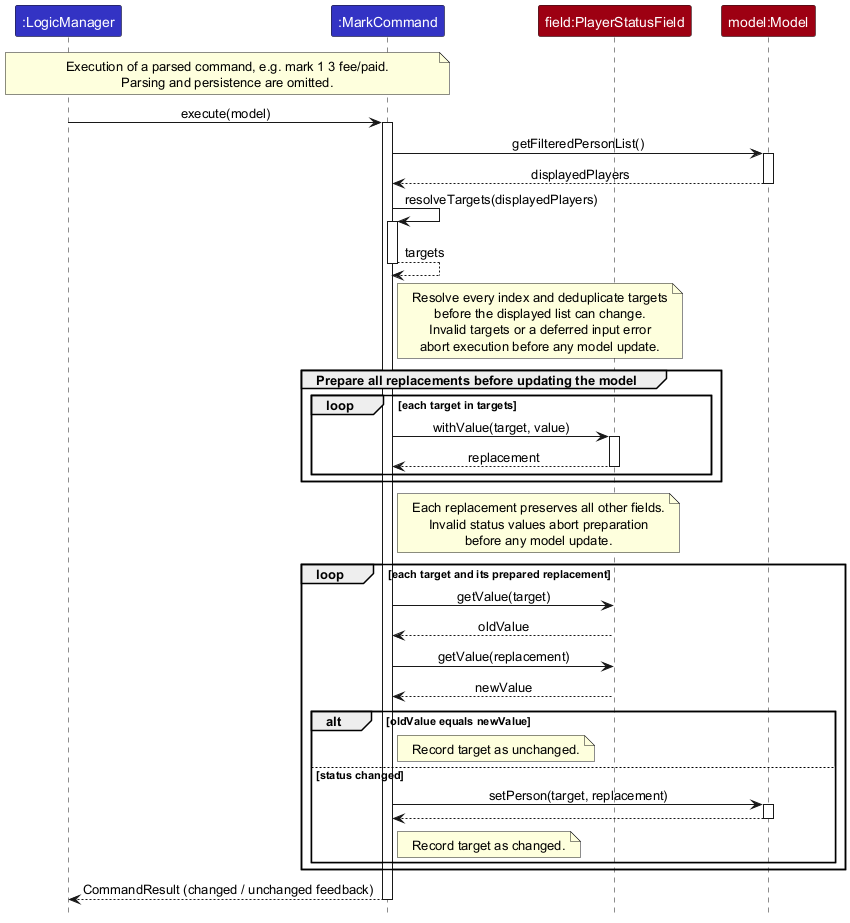
This is docs/images/MarkSequenceDiagram.png from AY2627S1-CS2103T-F11-3/tp, a PlantUML export, as it was before one commit. Source of this version:
```plantuml
@startuml
!include style.puml
skinparam ArrowFontStyle plain

participant ":LogicManager" as LogicManager LOGIC_COLOR
participant ":MarkCommand" as MarkCommand LOGIC_COLOR
participant "field:PlayerStatusField" as Field MODEL_COLOR
participant "model:Model" as Model MODEL_COLOR

note over LogicManager, MarkCommand
  Execution of a parsed command, e.g. mark 1 3 fee/paid.
  Parsing and persistence are omitted.
end note

LogicManager -> MarkCommand : execute(model)
activate MarkCommand
MarkCommand -> Model : getFilteredPersonList()
activate Model
Model --> MarkCommand : displayedPlayers
deactivate Model

MarkCommand -> MarkCommand : resolveTargets(displayedPlayers)
activate MarkCommand
MarkCommand --> MarkCommand : targets
deactivate MarkCommand
note right of MarkCommand
  Resolve every index and deduplicate targets
  before the displayed list can change.
  Invalid targets or a deferred input error
  abort execution before any model update.
end note

group Prepare all replacements before updating the model
    loop each target in targets
        MarkCommand -> Field : withValue(target, value)
        activate Field
        Field --> MarkCommand : replacement
        deactivate Field
    end
end
note right of MarkCommand
  Each replacement preserves all other fields.
  Invalid status values abort preparation
  before any model update.
end note

loop each target and its prepared replacement
    MarkCommand -> Field : getValue(target)
    Field --> MarkCommand : oldValue
    MarkCommand -> Field : getValue(replacement)
    Field --> MarkCommand : newValue
    alt oldValue equals newValue
        note right of MarkCommand : Record target as unchanged.
    else status changed
        MarkCommand -> Model : setPerson(target, replacement)
        activate Model
        Model --> MarkCommand
        deactivate Model
        note right of MarkCommand : Record target as changed.
    end
end

MarkCommand --> LogicManager : CommandResult (changed / unchanged feedback)
deactivate MarkCommand
@enduml
```
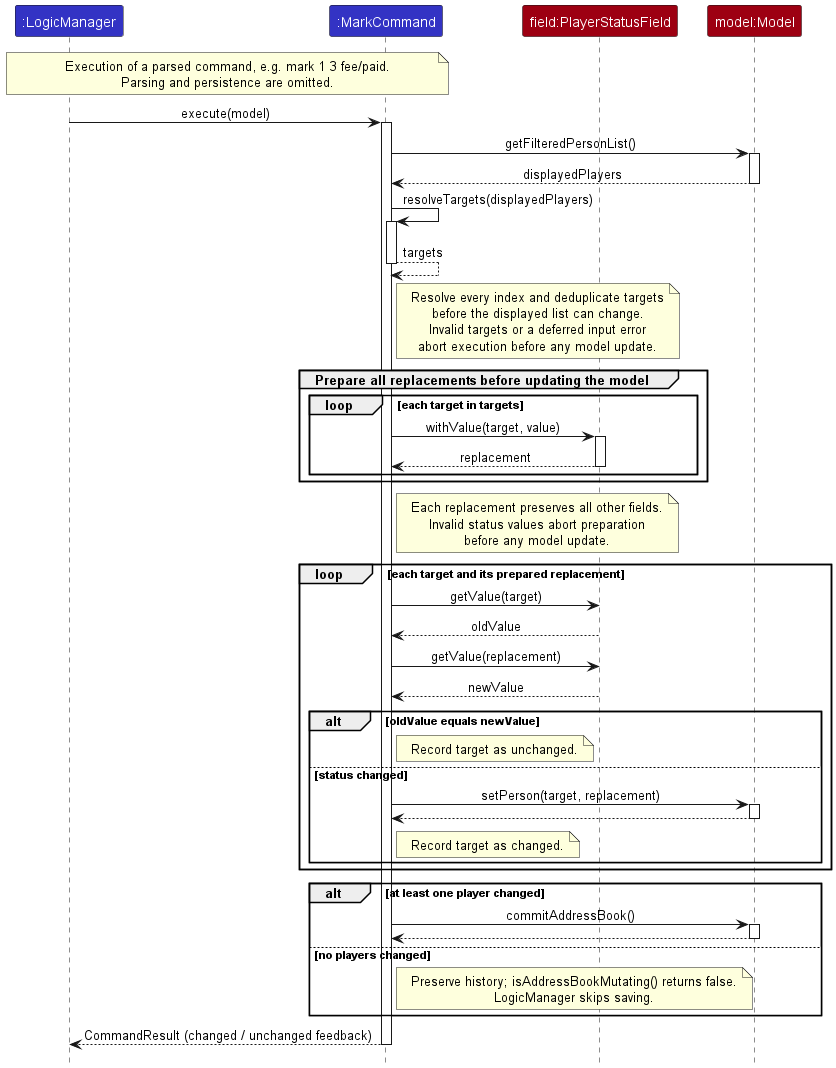
The same diagram one commit later.

Commit message:
Document unchanged mark command behavior

Change to the diagram source:
```diff
@@ -60,6 +60,18 @@
     end
 end
 
+alt at least one player changed
+    MarkCommand -> Model : commitAddressBook()
+    activate Model
+    Model --> MarkCommand
+    deactivate Model
+else no players changed
+    note right of MarkCommand
+      Preserve history; isAddressBookMutating() returns false.
+      LogicManager skips saving.
+    end note
+end
+
 MarkCommand --> LogicManager : CommandResult (changed / unchanged feedback)
 deactivate MarkCommand
 @enduml
```
